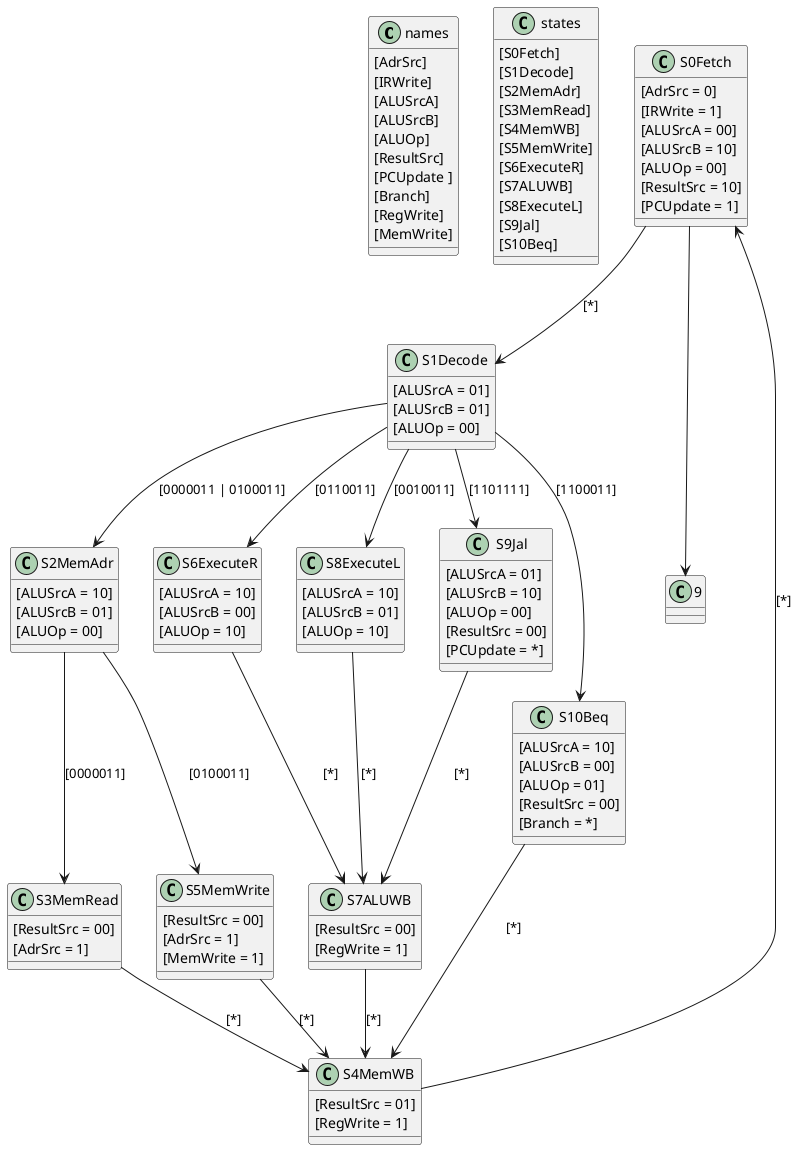
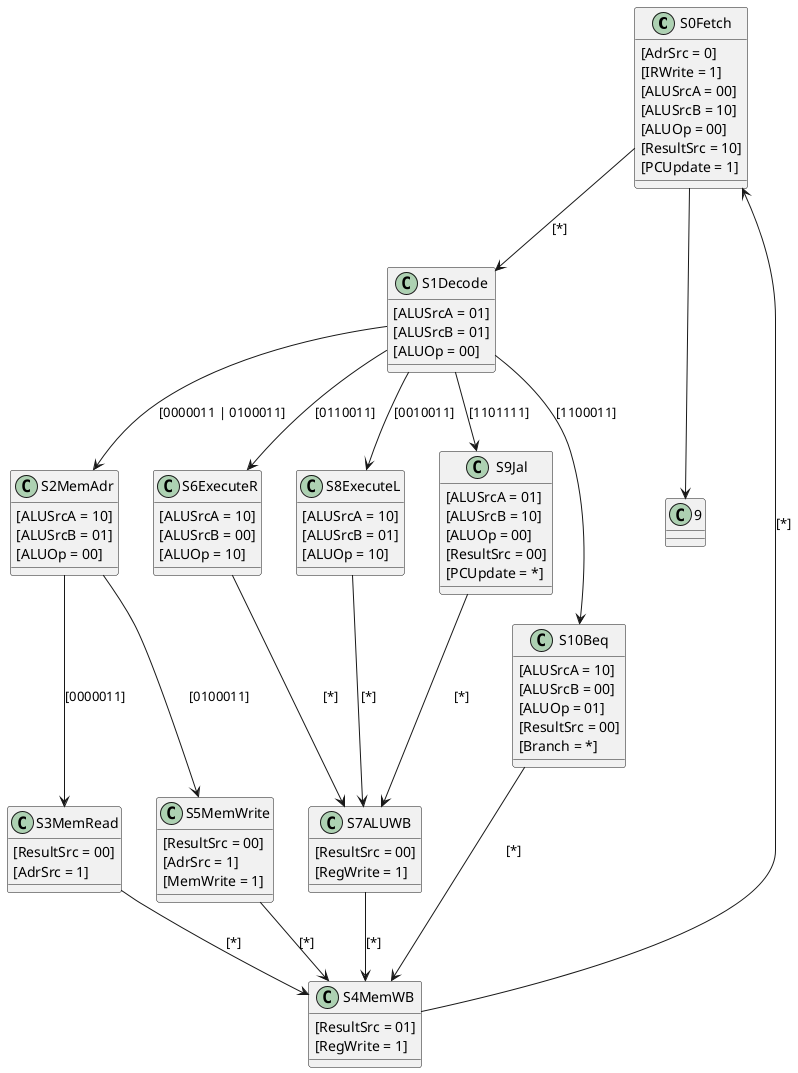
@startuml ttt


- names : [AdrSrc]
- names : [IRWrite]
- names : [ALUSrcA]
- names : [ALUSrcB]
- names : [ALUOp]
- names : [ResultSrc]
- names : [PCUpdate ]
- names : [Branch]
- names : [RegWrite]
- names : [MemWrite]
- 
- 
- states : [S0Fetch]
- states : [S1Decode]
- states : [S2MemAdr]
- states : [S3MemRead]
- states : [S4MemWB]
- states : [S5MemWrite]
- states : [S6ExecuteR]
- states : [S7ALUWB]
- states : [S8ExecuteL]
- states : [S9Jal]
- states : [S10Beq]

S0Fetch --> S1Decode : [*]
S0Fetch : [AdrSrc = 0]
S0Fetch : [IRWrite = 1]
S0Fetch : [ALUSrcA = 00]
S0Fetch : [ALUSrcB = 10]
S0Fetch : [ALUOp = 00]
S0Fetch : [ResultSrc = 10]
S0Fetch : [PCUpdate = 1]
S0Fetch ---> 9

S1Decode --> S2MemAdr : [0000011 | 0100011]
S1Decode --> S6ExecuteR : [0110011]
S1Decode --> S8ExecuteL : [0010011]
S1Decode --> S9Jal : [1101111]
S1Decode --> S10Beq : [1100011]
S1Decode : [ALUSrcA = 01]
S1Decode : [ALUSrcB = 01]
S1Decode : [ALUOp = 00]



S2MemAdr --> S3MemRead : [0000011]
S2MemAdr --> S5MemWrite : [0100011]
S2MemAdr : [ALUSrcA = 10]
S2MemAdr : [ALUSrcB = 01]
S2MemAdr : [ALUOp = 00]



S6ExecuteR --> S7ALUWB : [*]
S6ExecuteR : [ALUSrcA = 10]
S6ExecuteR : [ALUSrcB = 00]
S6ExecuteR : [ALUOp = 10]


S8ExecuteL --> S7ALUWB : [*]
S8ExecuteL : [ALUSrcA = 10]
S8ExecuteL : [ALUSrcB = 01]
S8ExecuteL : [ALUOp = 10]

S9Jal --> S7ALUWB : [*]
S9Jal : [ALUSrcA = 01]
S9Jal : [ALUSrcB = 10]
S9Jal : [ALUOp = 00]
S9Jal : [ResultSrc = 00]
S9Jal : [PCUpdate = *]


S10Beq --> S4MemWB : [*]
S10Beq : [ALUSrcA = 10]
S10Beq : [ALUSrcB = 00]
S10Beq : [ALUOp = 01]
S10Beq : [ResultSrc = 00]
S10Beq : [Branch = *]

S3MemRead --> S4MemWB : [*]
S3MemRead : [ResultSrc = 00]
S3MemRead : [AdrSrc = 1]


S5MemWrite --> S4MemWB : [*]
S5MemWrite : [ResultSrc = 00]
S5MemWrite : [AdrSrc = 1]
S5MemWrite : [MemWrite = 1]

S7ALUWB --> S4MemWB : [*]
S7ALUWB : [ResultSrc = 00]
S7ALUWB : [RegWrite = 1]

S4MemWB --> S0Fetch : [*]
S4MemWB : [ResultSrc = 01]
S4MemWB : [RegWrite = 1]
@enduml